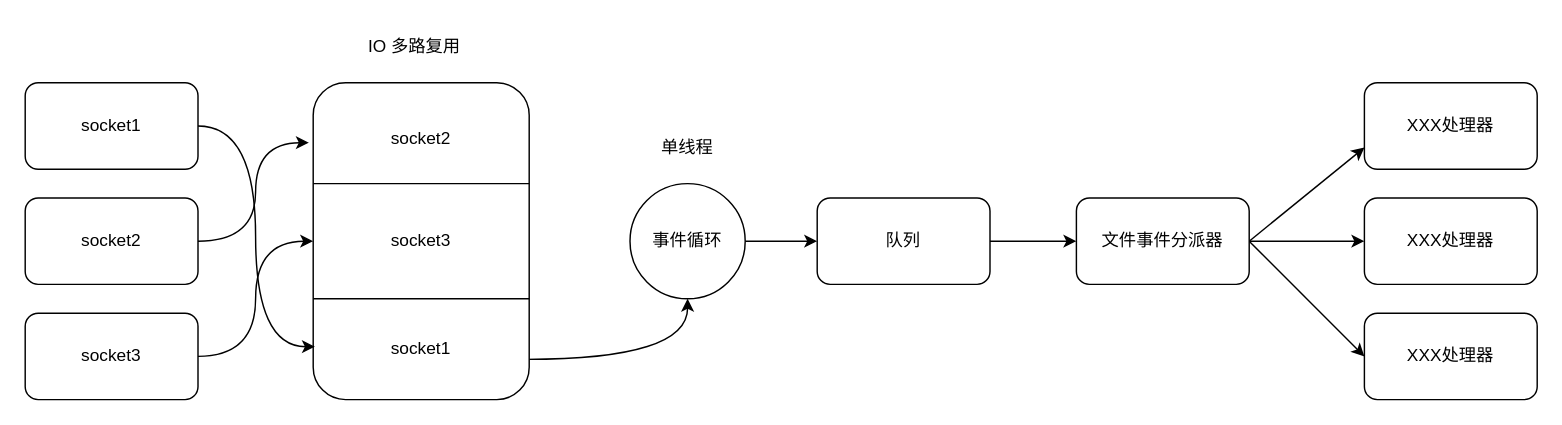
Before: redis高性能.drawio in Lainy0605/graduate, a draw.io diagram. Source tidied: cells renumbered, new cells numbered last; positions are measured from the earlier drawing's top-left corner, leaving out a move shared by most shapes. Both pictures are drawn from the tidied source at 144%, with x=0, y=0 at pixel (24, 24).
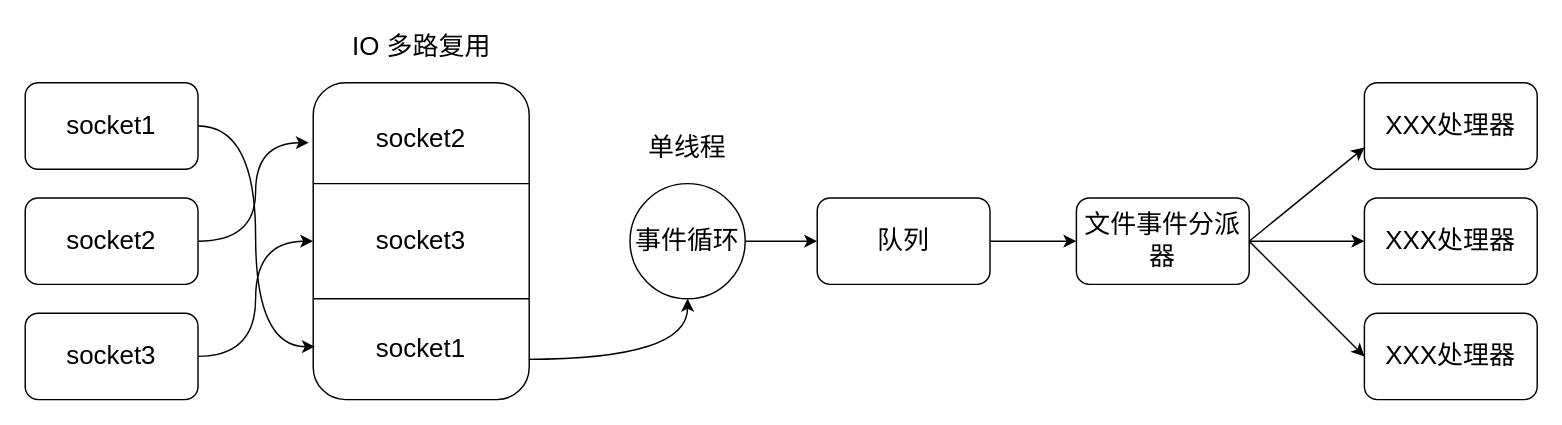
After the change.

Commit message:
更新redis高性能.drawio

What changed in the source:
```diff
@@
-    <mxCell id="2" value="socket1" style="rounded=1;whiteSpace=wrap;html=1;" parent="1" vertex="1">
+    <mxCell id="2" value="socket1" style="rounded=1;whiteSpace=wrap;html=1;fontSize=18;" parent="1" vertex="1">
       <mxGeometry y="40" width="120" height="60" as="geometry" />
     </mxCell>
-    <mxCell id="3" value="socket2" style="rounded=1;whiteSpace=wrap;html=1;" parent="1" vertex="1">
+    <mxCell id="3" value="socket2" style="rounded=1;whiteSpace=wrap;html=1;fontSize=18;" parent="1" vertex="1">
       <mxGeometry y="120" width="120" height="60" as="geometry" />
     </mxCell>
-    <mxCell id="4" style="edgeStyle=orthogonalEdgeStyle;rounded=0;jettySize=auto;html=1;entryX=0;entryY=0.5;entryDx=0;entryDy=0;curved=1;" parent="1" edge="1" source="5" target="7">
+    <mxCell id="4" style="edgeStyle=orthogonalEdgeStyle;rounded=0;jettySize=auto;html=1;entryX=0;entryY=0.5;entryDx=0;entryDy=0;curved=1;fontSize=18;" parent="1" edge="1" source="5" target="7">
       <mxGeometry relative="1" as="geometry" />
     </mxCell>
-    <mxCell id="5" value="socket3" style="rounded=1;whiteSpace=wrap;html=1;" parent="1" vertex="1">
+    <mxCell id="5" value="socket3" style="rounded=1;whiteSpace=wrap;html=1;fontSize=18;" parent="1" vertex="1">
       <mxGeometry y="200" width="120" height="60" as="geometry" />
     </mxCell>
-    <mxCell id="6" style="edgeStyle=orthogonalEdgeStyle;rounded=0;jettySize=auto;html=1;entryX=0.5;entryY=1;entryDx=0;entryDy=0;exitX=0.986;exitY=0.873;exitDx=0;exitDy=0;exitPerimeter=0;curved=1;" parent="1" edge="1" source="7" target="24">
+    <mxCell id="6" style="edgeStyle=orthogonalEdgeStyle;rounded=0;jettySize=auto;html=1;entryX=0.5;entryY=1;entryDx=0;entryDy=0;exitX=0.986;exitY=0.873;exitDx=0;exitDy=0;exitPerimeter=0;curved=1;fontSize=18;" parent="1" edge="1" source="7" target="24">
       <mxGeometry relative="1" as="geometry" />
     </mxCell>
-    <mxCell id="7" style="rounded=1;whiteSpace=wrap;html=1;" parent="1" vertex="1">
+    <mxCell id="7" style="rounded=1;whiteSpace=wrap;html=1;fontSize=18;" parent="1" vertex="1">
       <mxGeometry x="200" y="40" width="150" height="220" as="geometry" />
     </mxCell>
-    <mxCell id="8" style="edgeStyle=none;orthogonalLoop=1;jettySize=auto;html=1;rounded=0;endArrow=none;endFill=0;" parent="1" edge="1">
+    <mxCell id="8" style="edgeStyle=none;orthogonalLoop=1;jettySize=auto;html=1;rounded=0;endArrow=none;endFill=0;fontSize=18;" parent="1" edge="1">
       <mxGeometry relative="1" as="geometry">
         <mxPoint x="200" y="190" as="sourcePoint" />
         <mxPoint x="350" y="190" as="targetPoint" />
       </mxGeometry>
     </mxCell>
-    <mxCell id="9" style="edgeStyle=none;orthogonalLoop=1;jettySize=auto;html=1;rounded=0;endArrow=none;endFill=0;" parent="1" edge="1">
+    <mxCell id="9" style="edgeStyle=none;orthogonalLoop=1;jettySize=auto;html=1;rounded=0;endArrow=none;endFill=0;fontSize=18;" parent="1" edge="1">
       <mxGeometry relative="1" as="geometry">
         <mxPoint x="200" y="110" as="sourcePoint" />
         <mxPoint x="350" y="110" as="targetPoint" />
       </mxGeometry>
     </mxCell>
-    <mxCell id="10" value="socket2" style="text;html=1;whiteSpace=wrap;strokeColor=none;fillColor=none;align=center;verticalAlign=middle;rounded=0;" parent="1" vertex="1">
+    <mxCell id="10" value="socket2" style="text;html=1;whiteSpace=wrap;strokeColor=none;fillColor=none;align=center;verticalAlign=middle;rounded=0;fontSize=18;" parent="1" vertex="1">
       <mxGeometry x="245" y="64" width="60" height="30" as="geometry" />
     </mxCell>
-    <mxCell id="11" value="socket3" style="text;html=1;whiteSpace=wrap;strokeColor=none;fillColor=none;align=center;verticalAlign=middle;rounded=0;" parent="1" vertex="1">
+    <mxCell id="11" value="socket3" style="text;html=1;whiteSpace=wrap;strokeColor=none;fillColor=none;align=center;verticalAlign=middle;rounded=0;fontSize=18;" parent="1" vertex="1">
       <mxGeometry x="245" y="135" width="60" height="30" as="geometry" />
     </mxCell>
-    <mxCell id="12" value="socket1" style="text;html=1;whiteSpace=wrap;strokeColor=none;fillColor=none;align=center;verticalAlign=middle;rounded=0;" parent="1" vertex="1">
+    <mxCell id="12" value="socket1" style="text;html=1;whiteSpace=wrap;strokeColor=none;fillColor=none;align=center;verticalAlign=middle;rounded=0;fontSize=18;" parent="1" vertex="1">
       <mxGeometry x="245" y="210" width="60" height="30" as="geometry" />
     </mxCell>
-    <mxCell id="13" style="edgeStyle=orthogonalEdgeStyle;rounded=0;jettySize=auto;html=1;entryX=0.008;entryY=0.833;entryDx=0;entryDy=0;entryPerimeter=0;curved=1;" parent="1" edge="1" source="2" target="7">
+    <mxCell id="13" style="edgeStyle=orthogonalEdgeStyle;rounded=0;jettySize=auto;html=1;entryX=0.008;entryY=0.833;entryDx=0;entryDy=0;entryPerimeter=0;curved=1;fontSize=18;" parent="1" edge="1" source="2" target="7">
       <mxGeometry relative="1" as="geometry" />
     </mxCell>
-    <mxCell id="14" style="edgeStyle=orthogonalEdgeStyle;rounded=0;jettySize=auto;html=1;entryX=-0.02;entryY=0.189;entryDx=0;entryDy=0;entryPerimeter=0;curved=1;" parent="1" edge="1" source="3" target="7">
+    <mxCell id="14" style="edgeStyle=orthogonalEdgeStyle;rounded=0;jettySize=auto;html=1;entryX=-0.02;entryY=0.189;entryDx=0;entryDy=0;entryPerimeter=0;curved=1;fontSize=18;" parent="1" edge="1" source="3" target="7">
       <mxGeometry relative="1" as="geometry" />
     </mxCell>
-    <mxCell id="15" value="IO 多路复用" style="text;html=1;whiteSpace=wrap;strokeColor=none;fillColor=none;align=center;verticalAlign=middle;rounded=0;" parent="1" vertex="1">
-      <mxGeometry x="233" width="75" height="30" as="geometry" />
+    <mxCell id="15" value="IO 多路复用" style="text;html=1;whiteSpace=wrap;strokeColor=none;fillColor=none;align=center;verticalAlign=middle;rounded=0;fontSize=18;" parent="1" vertex="1">
+      <mxGeometry x="221.5" width="107" height="30" as="geometry" />
     </mxCell>
-    <mxCell id="16" style="rounded=0;jettySize=auto;html=1;entryX=0;entryY=0.75;entryDx=0;entryDy=0;exitX=1;exitY=0.5;exitDx=0;exitDy=0;" parent="1" edge="1" source="19" target="20">
+    <mxCell id="16" style="rounded=0;jettySize=auto;html=1;entryX=0;entryY=0.75;entryDx=0;entryDy=0;exitX=1;exitY=0.5;exitDx=0;exitDy=0;fontSize=18;" parent="1" edge="1" source="19" target="20">
       <mxGeometry relative="1" as="geometry" />
     </mxCell>
-    <mxCell id="17" style="edgeStyle=orthogonalEdgeStyle;rounded=0;jettySize=auto;html=1;entryX=0;entryY=0.5;entryDx=0;entryDy=0;" parent="1" edge="1" source="19" target="21">
+    <mxCell id="17" style="edgeStyle=orthogonalEdgeStyle;rounded=0;jettySize=auto;html=1;entryX=0;entryY=0.5;entryDx=0;entryDy=0;fontSize=18;" parent="1" edge="1" source="19" target="21">
       <mxGeometry relative="1" as="geometry" />
     </mxCell>
-    <mxCell id="18" style="rounded=0;jettySize=auto;html=1;entryX=0;entryY=0.5;entryDx=0;entryDy=0;exitX=1;exitY=0.5;exitDx=0;exitDy=0;" parent="1" edge="1" source="19" target="22">
+    <mxCell id="18" style="rounded=0;jettySize=auto;html=1;entryX=0;entryY=0.5;entryDx=0;entryDy=0;exitX=1;exitY=0.5;exitDx=0;exitDy=0;fontSize=18;" parent="1" edge="1" source="19" target="22">
       <mxGeometry relative="1" as="geometry" />
     </mxCell>
-    <mxCell id="19" value="文件事件分派器" style="rounded=1;whiteSpace=wrap;html=1;" parent="1" vertex="1">
+    <mxCell id="19" value="文件事件分派器" style="rounded=1;whiteSpace=wrap;html=1;fontSize=18;" parent="1" vertex="1">
       <mxGeometry x="730" y="120" width="120" height="60" as="geometry" />
     </mxCell>
-    <mxCell id="20" value="XXX处理器" style="rounded=1;whiteSpace=wrap;html=1;" parent="1" vertex="1">
+    <mxCell id="20" value="XXX处理器" style="rounded=1;whiteSpace=wrap;html=1;fontSize=18;" parent="1" vertex="1">
       <mxGeometry x="930" y="40" width="120" height="60" as="geometry" />
     </mxCell>
-    <mxCell id="21" value="XXX处理器" style="rounded=1;whiteSpace=wrap;html=1;" parent="1" vertex="1">
+    <mxCell id="21" value="XXX处理器" style="rounded=1;whiteSpace=wrap;html=1;fontSize=18;" parent="1" vertex="1">
       <mxGeometry x="930" y="120" width="120" height="60" as="geometry" />
     </mxCell>
-    <mxCell id="22" value="XXX处理器" style="rounded=1;whiteSpace=wrap;html=1;" parent="1" vertex="1">
+    <mxCell id="22" value="XXX处理器" style="rounded=1;whiteSpace=wrap;html=1;fontSize=18;" parent="1" vertex="1">
       <mxGeometry x="930" y="200" width="120" height="60" as="geometry" />
     </mxCell>
-    <mxCell id="23" style="edgeStyle=orthogonalEdgeStyle;rounded=0;jettySize=auto;html=1;entryX=0;entryY=0.5;entryDx=0;entryDy=0;" parent="1" edge="1" source="24" target="26">
+    <mxCell id="23" style="edgeStyle=orthogonalEdgeStyle;rounded=0;jettySize=auto;html=1;entryX=0;entryY=0.5;entryDx=0;entryDy=0;fontSize=18;" parent="1" edge="1" source="24" target="26">
       <mxGeometry relative="1" as="geometry" />
     </mxCell>
-    <mxCell id="24" value="事件循环" style="ellipse;whiteSpace=wrap;html=1;" parent="1" vertex="1">
+    <mxCell id="24" value="事件循环" style="ellipse;whiteSpace=wrap;html=1;fontSize=18;" parent="1" vertex="1">
       <mxGeometry x="420" y="110" width="80" height="80" as="geometry" />
     </mxCell>
-    <mxCell id="25" style="edgeStyle=orthogonalEdgeStyle;rounded=0;jettySize=auto;html=1;entryX=0;entryY=0.5;entryDx=0;entryDy=0;" parent="1" edge="1" source="26" target="19">
+    <mxCell id="25" style="edgeStyle=orthogonalEdgeStyle;rounded=0;jettySize=auto;html=1;entryX=0;entryY=0.5;entryDx=0;entryDy=0;fontSize=18;" parent="1" edge="1" source="26" target="19">
       <mxGeometry relative="1" as="geometry" />
     </mxCell>
-    <mxCell id="26" value="队列" style="rounded=1;whiteSpace=wrap;html=1;" parent="1" vertex="1">
+    <mxCell id="26" value="队列" style="rounded=1;whiteSpace=wrap;html=1;fontSize=18;" parent="1" vertex="1">
       <mxGeometry x="550" y="120" width="120" height="60" as="geometry" />
     </mxCell>
-    <mxCell id="27" value="单线程" style="text;html=1;whiteSpace=wrap;strokeColor=none;fillColor=none;align=center;verticalAlign=middle;rounded=0;" parent="1" vertex="1">
+    <mxCell id="27" value="单线程" style="text;html=1;whiteSpace=wrap;strokeColor=none;fillColor=none;align=center;verticalAlign=middle;rounded=0;fontSize=18;" parent="1" vertex="1">
       <mxGeometry x="430" y="70" width="60" height="30" as="geometry" />
     </mxCell>
```
